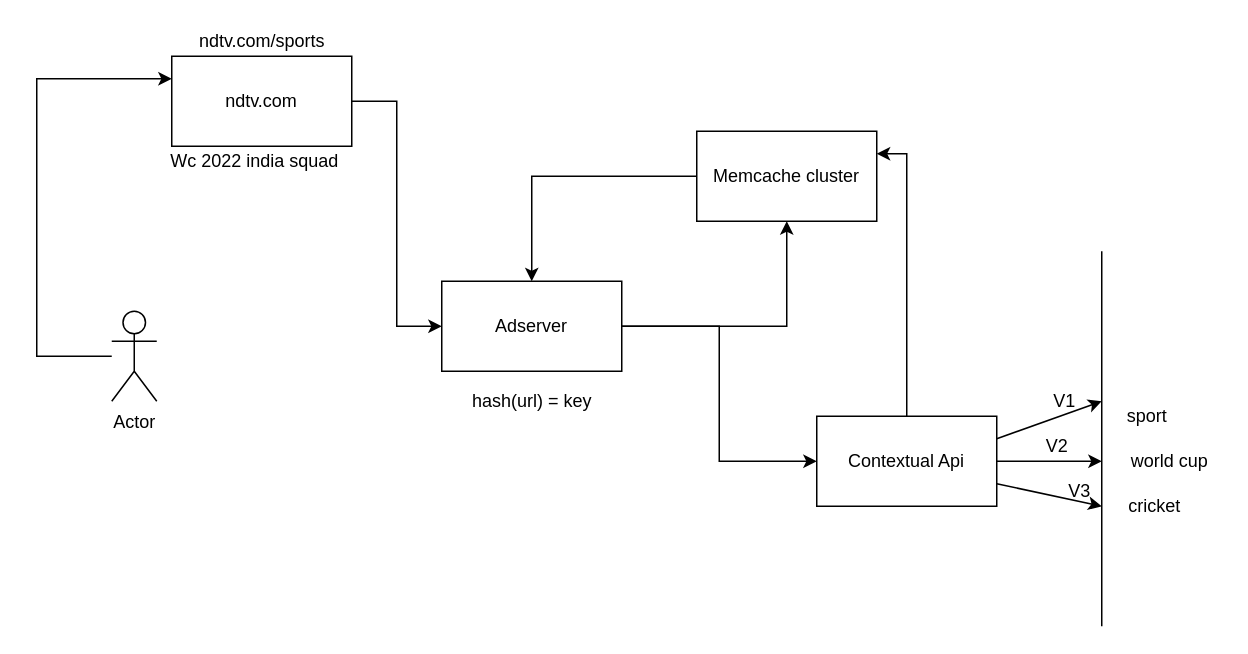
ashtnemi448/Ashtnemi-System-Design keeps this draw.io diagram as old_arch.drawio. Above is the earlier version. Source tidied: cells renumbered, new cells numbered last; positions are measured from the earlier drawing's top-left corner, leaving out a move shared by most shapes. Both pictures are drawn from the tidied source at 150%, with x=0, y=0 at pixel (36, 26).
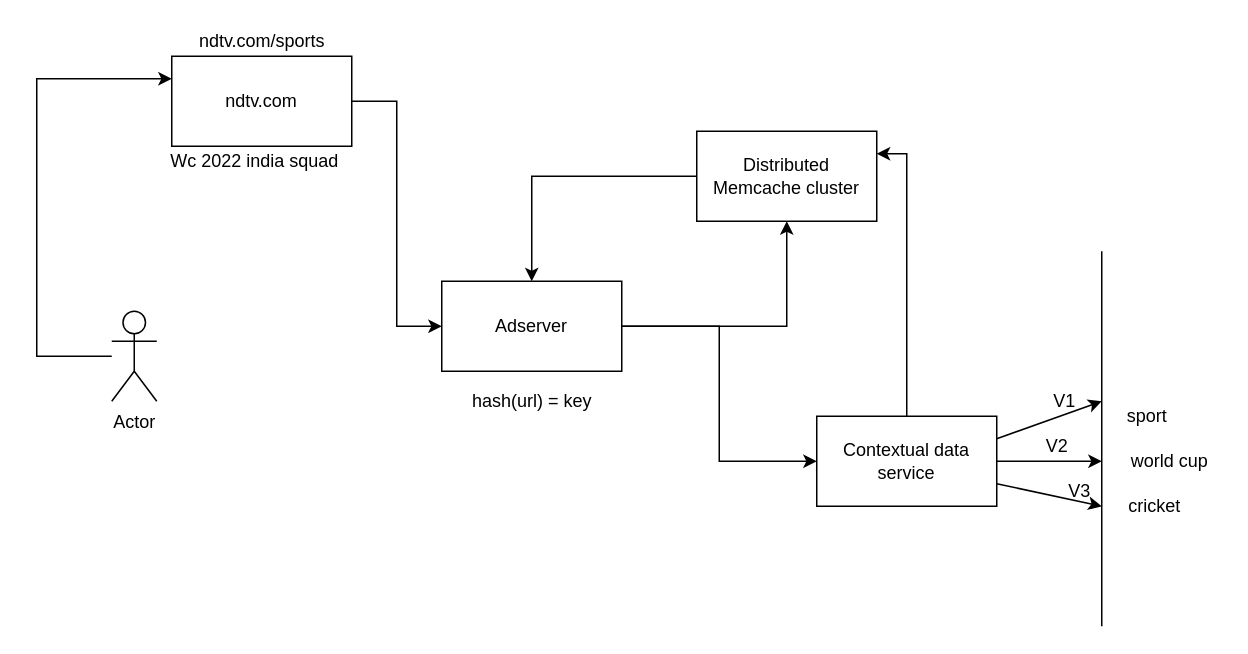
After the change.

Diff of the diagram source:
```diff
@@
-    <mxCell id="6" value="Contextual Api" style="rounded=0;whiteSpace=wrap;html=1;" parent="1" vertex="1">
+    <mxCell id="6" value="Contextual data service" style="rounded=0;whiteSpace=wrap;html=1;" parent="1" vertex="1">
       <mxGeometry x="520" y="260" width="120" height="60" as="geometry" />
     </mxCell>
@@
-    <mxCell id="8" value="Memcache cluster" style="rounded=0;whiteSpace=wrap;html=1;" parent="1" vertex="1">
+    <mxCell id="8" value="Distributed Memcache cluster" style="rounded=0;whiteSpace=wrap;html=1;" parent="1" vertex="1">
       <mxGeometry x="440" y="70" width="120" height="60" as="geometry" />
     </mxCell>
```
